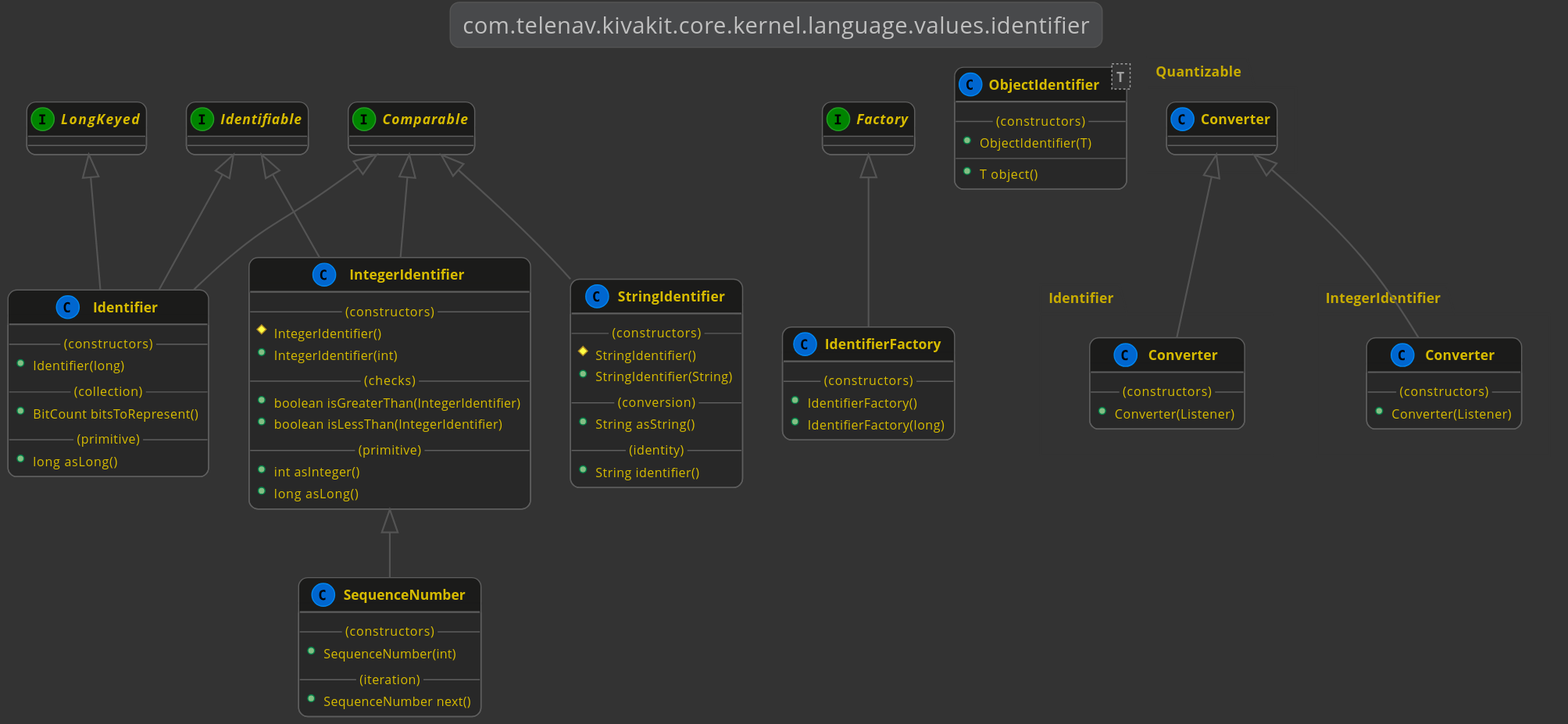
Earlier version of the PlantUML export kivakit-core/kernel/documentation/diagrams/com.telenav.kivakit.core.kernel.language.values.identifier.svg (Telenav/kivakit).
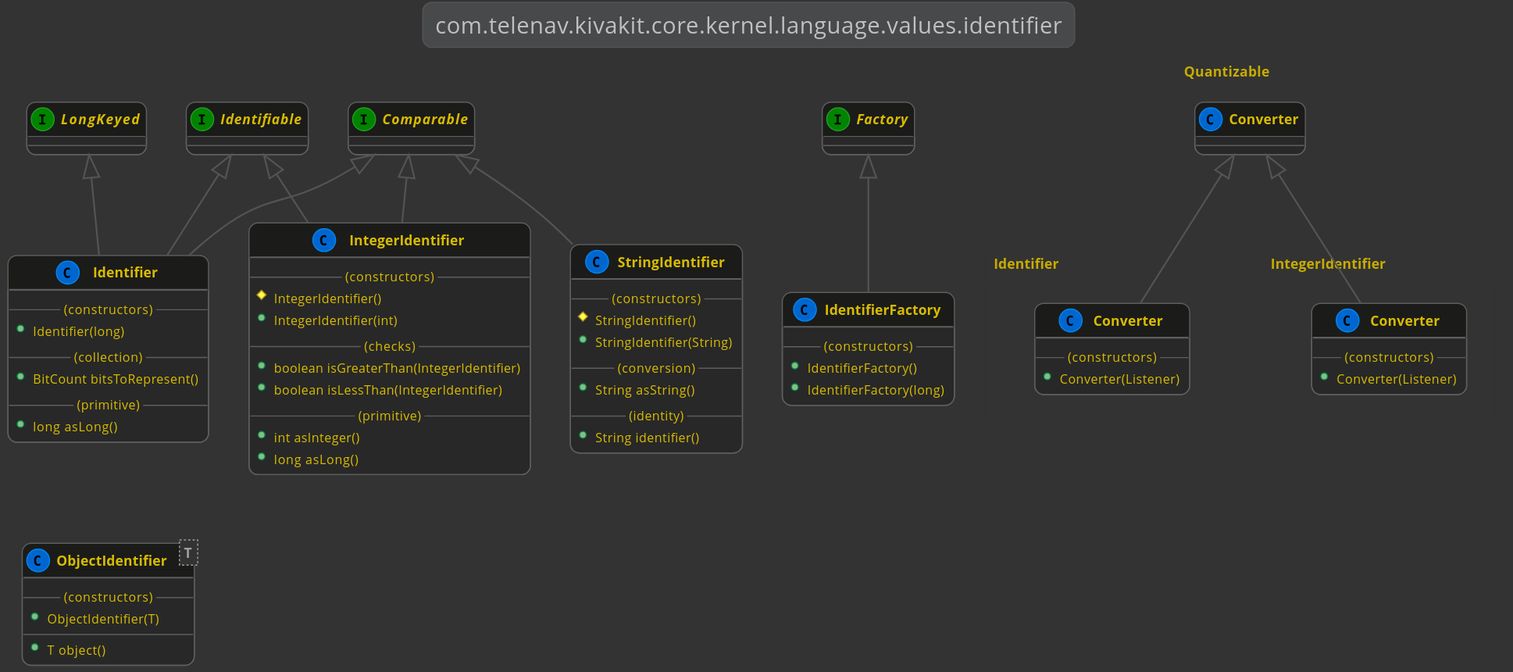
Above is the later version.

Diff of the diagram source:
```diff
@@ -67,15 +67,6 @@
         +T object()
     }
 
-    IntegerIdentifier <|-- SequenceNumber
-    class SequenceNumber
-    {
-        --(constructors)--
-        +SequenceNumber(int)
-        --(iteration)--
-        +SequenceNumber next()
-    }
-
     Comparable <|-- StringIdentifier
     class StringIdentifier
     {
```
